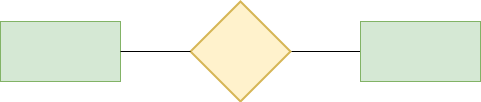
Above: tareas 1/Ejercicio calificable docente (MR-2).drawio.png in GermanOjeda/base-datos (draw.io), before the change. Source tidied: cells renumbered, new cells last; positions are measured from the earlier drawing's top-left corner, leaving out a move shared by most shapes.
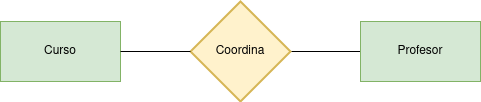
Later version of the same file.

The edit, as a diff of the source:
```diff
@@ -2,16 +2,16 @@
   <root>
     <mxCell id="0" />
     <mxCell id="1" parent="0" />
-    <mxCell id="2" style="rounded=0;whiteSpace=wrap;html=1;fillColor=#d5e8d4;strokeColor=#82b366;" parent="1" vertex="1">
+    <mxCell id="2" value="Curso" style="rounded=0;whiteSpace=wrap;html=1;fillColor=#d5e8d4;strokeColor=#82b366;" parent="1" vertex="1">
       <mxGeometry y="20" width="120" height="60" as="geometry" />
     </mxCell>
     <mxCell id="3" style="edgeStyle=orthogonalEdgeStyle;rounded=0;jettySize=auto;html=1;exitX=1;exitY=0.5;exitDx=0;exitDy=0;exitPerimeter=0;entryX=0;entryY=0.5;entryDx=0;entryDy=0;endArrow=none;endFill=0;" parent="1" edge="1" source="4" target="5">
       <mxGeometry relative="1" as="geometry" />
     </mxCell>
-    <mxCell id="4" style="strokeWidth=2;html=1;shape=mxgraph.flowchart.decision;whiteSpace=wrap;fillColor=#fff2cc;strokeColor=#d6b656;" parent="1" vertex="1">
+    <mxCell id="4" value="Coordina" style="strokeWidth=2;html=1;shape=mxgraph.flowchart.decision;whiteSpace=wrap;fillColor=#fff2cc;strokeColor=#d6b656;" parent="1" vertex="1">
       <mxGeometry x="190" width="100" height="100" as="geometry" />
     </mxCell>
-    <mxCell id="5" style="rounded=0;whiteSpace=wrap;html=1;fillColor=#d5e8d4;strokeColor=#82b366;" parent="1" vertex="1">
+    <mxCell id="5" value="Profesor" style="rounded=0;whiteSpace=wrap;html=1;fillColor=#d5e8d4;strokeColor=#82b366;" parent="1" vertex="1">
       <mxGeometry x="360" y="20" width="120" height="60" as="geometry" />
     </mxCell>
     <mxCell id="6" style="rounded=0;jettySize=auto;html=1;exitX=1;exitY=0.5;exitDx=0;exitDy=0;entryX=0;entryY=0.5;entryDx=0;entryDy=0;entryPerimeter=0;endArrow=none;endFill=0;" parent="1" edge="1" source="2" target="4">
```
